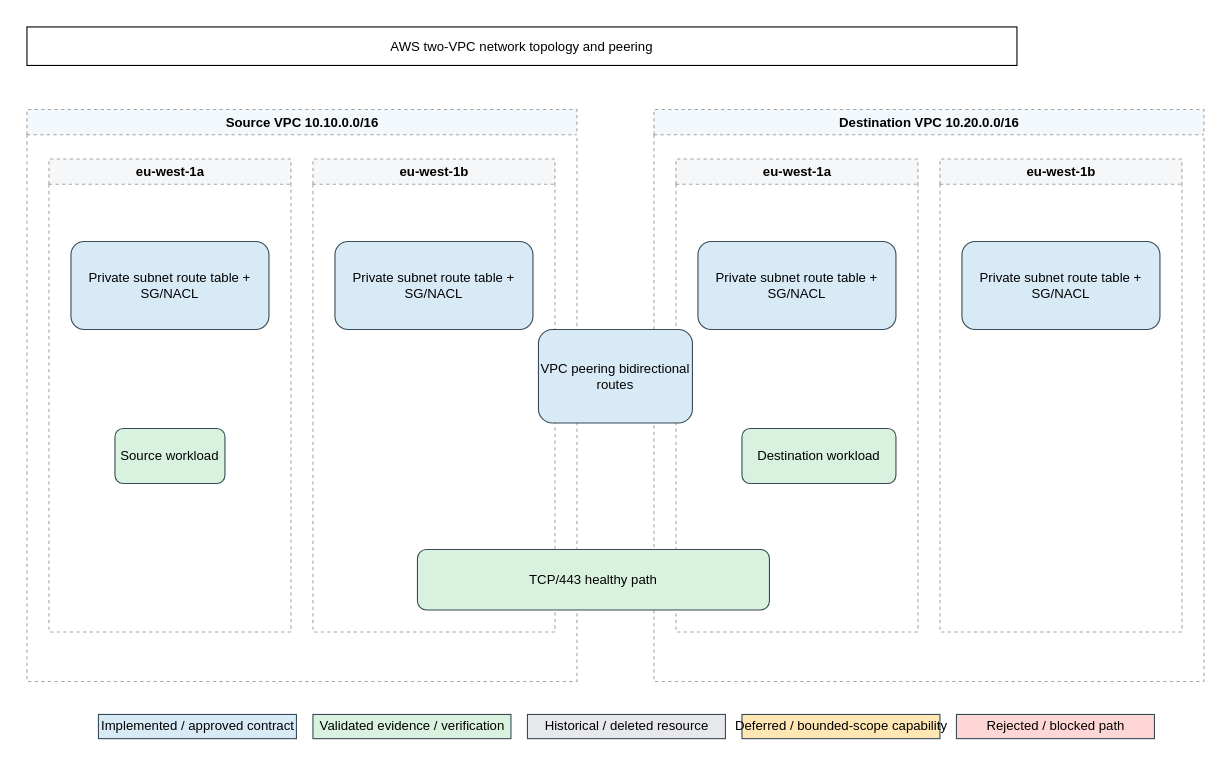
Earlier version of the draw.io diagram docs/diagrams/02-aws-network-topology.drawio (omr19/agentic-aws-network-ops). Source tidied: cells renumbered, new cells numbered last; positions are measured from the earlier drawing's top-left corner, leaving out a move shared by most shapes. Both pictures are drawn from the tidied source at 110%, with x=0, y=0 at pixel (26, 26). Pictures stored in the file or linked from it are replaced by grey dashed boxes.
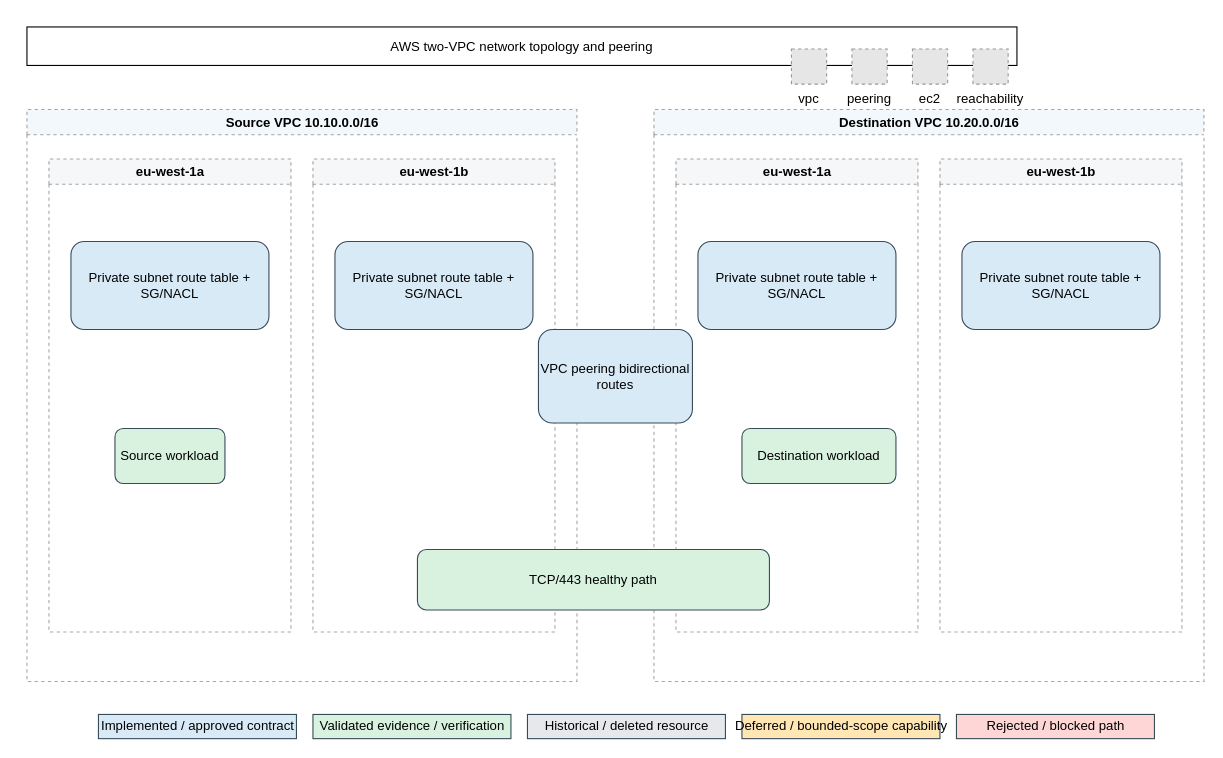
The same page after the edit.

The edit, as a diff of the source:
```diff
@@
+    <mxCell id="26" value="vpc" style="fillColor=#E6E6E6;strokeColor=#999999;dashed=1;verticalLabelPosition=bottom;verticalAlign=top;" parent="1" vertex="1">
+      <mxGeometry x="695" y="20" width="32" height="32" as="geometry" />
+    </mxCell>
+    <mxCell id="27" value="peering" style="fillColor=#E6E6E6;strokeColor=#999999;dashed=1;verticalLabelPosition=bottom;verticalAlign=top;" parent="1" vertex="1">
+      <mxGeometry x="750" y="20" width="32" height="32" as="geometry" />
+    </mxCell>
+    <mxCell id="28" value="ec2" style="fillColor=#E6E6E6;strokeColor=#999999;dashed=1;verticalLabelPosition=bottom;verticalAlign=top;" parent="1" vertex="1">
+      <mxGeometry x="805" y="20" width="32" height="32" as="geometry" />
+    </mxCell>
+    <mxCell id="29" value="reachability" style="fillColor=#E6E6E6;strokeColor=#999999;dashed=1;verticalLabelPosition=bottom;verticalAlign=top;" parent="1" vertex="1">
+      <mxGeometry x="860" y="20" width="32" height="32" as="geometry" />
+    </mxCell>
```
